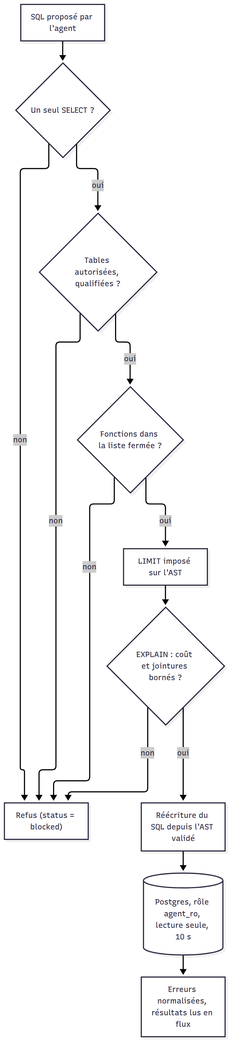
Earlier version of the Mermaid export docs/diagrams/png/08-garde-sql.png (justefrank/decision-agent-IA). Its source is kept beside it as docs/diagrams/08-garde-sql.mmd. Source of this version:
```mermaid
flowchart TD
  S["SQL proposé par l'agent"] --> P{"Un seul SELECT ?"}
  P -- non --> X["Refus (status = blocked)"]
  P -- oui --> T{"Tables autorisées, qualifiées ?"}
  T -- non --> X
  T -- oui --> F{"Fonctions dans la liste fermée ?"}
  F -- non --> X
  F -- oui --> LI["LIMIT imposé sur l'AST"]
  LI --> E{"EXPLAIN : coût et jointures bornés ?"}
  E -- non --> X
  E -- oui --> R["Réécriture du SQL depuis l'AST validé"]
  R --> DB[("Postgres, rôle agent_ro, lecture seule, 10 s")]
  DB --> N["Erreurs normalisées, résultats lus en flux"]
```
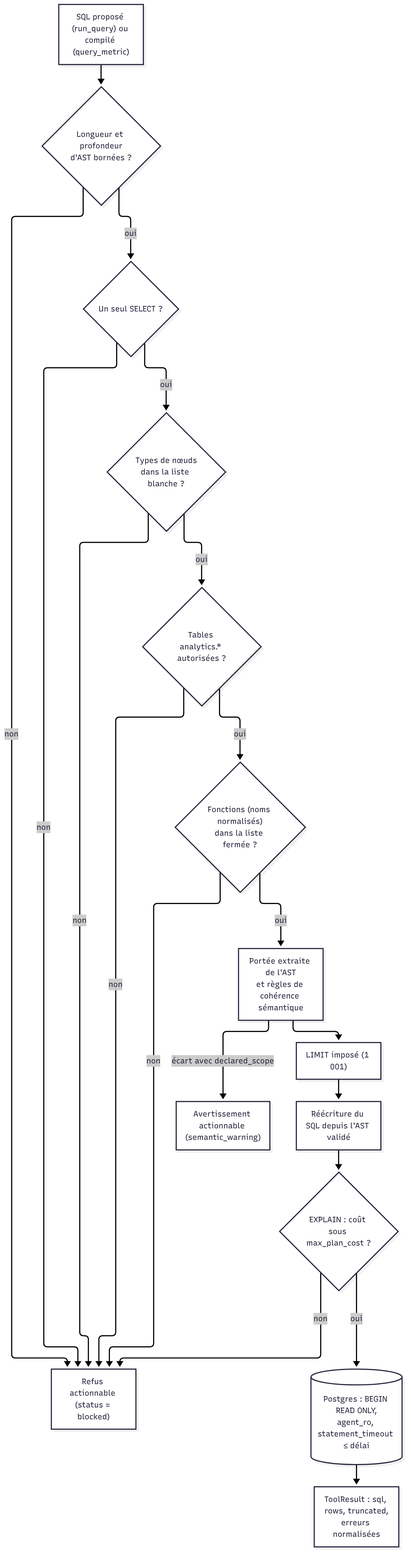
After the commit.

What changed in the source:
```diff
@@ -1,13 +1,19 @@
 flowchart TD
-  S["SQL proposé par l'agent"] --> P{"Un seul SELECT ?"}
-  P -- non --> X["Refus (status = blocked)"]
-  P -- oui --> T{"Tables autorisées, qualifiées ?"}
+  S["SQL proposé (run_query) ou compilé (query_metric)"] --> B{"Longueur et profondeur<br/>d'AST bornées ?"}
+  B -- non --> X["Refus actionnable (status = blocked)"]
+  B -- oui --> P{"Un seul SELECT ?"}
+  P -- non --> X
+  P -- oui --> N{"Types de nœuds<br/>dans la liste blanche ?"}
+  N -- non --> X
+  N -- oui --> T{"Tables analytics.* autorisées ?"}
   T -- non --> X
-  T -- oui --> F{"Fonctions dans la liste fermée ?"}
+  T -- oui --> F{"Fonctions (noms normalisés)<br/>dans la liste fermée ?"}
   F -- non --> X
-  F -- oui --> LI["LIMIT imposé sur l'AST"]
-  LI --> E{"EXPLAIN : coût et jointures bornés ?"}
+  F -- oui --> SC["Portée extraite de l'AST<br/>et règles de cohérence sémantique"]
+  SC -- "écart avec declared_scope" --> WN["Avertissement actionnable (semantic_warning)"]
+  SC --> LI["LIMIT imposé (1 001)"]
+  LI --> R["Réécriture du SQL depuis l'AST validé"]
+  R --> E{"EXPLAIN : coût sous max_plan_cost ?"}
   E -- non --> X
-  E -- oui --> R["Réécriture du SQL depuis l'AST validé"]
-  R --> DB[("Postgres, rôle agent_ro, lecture seule, 10 s")]
-  DB --> N["Erreurs normalisées, résultats lus en flux"]
+  E -- oui --> DB[("Postgres : BEGIN READ ONLY,<br/>agent_ro, statement_timeout ≤ délai")]
+  DB --> NR["ToolResult : sql, rows, truncated,<br/>erreurs normalisées"]
```
